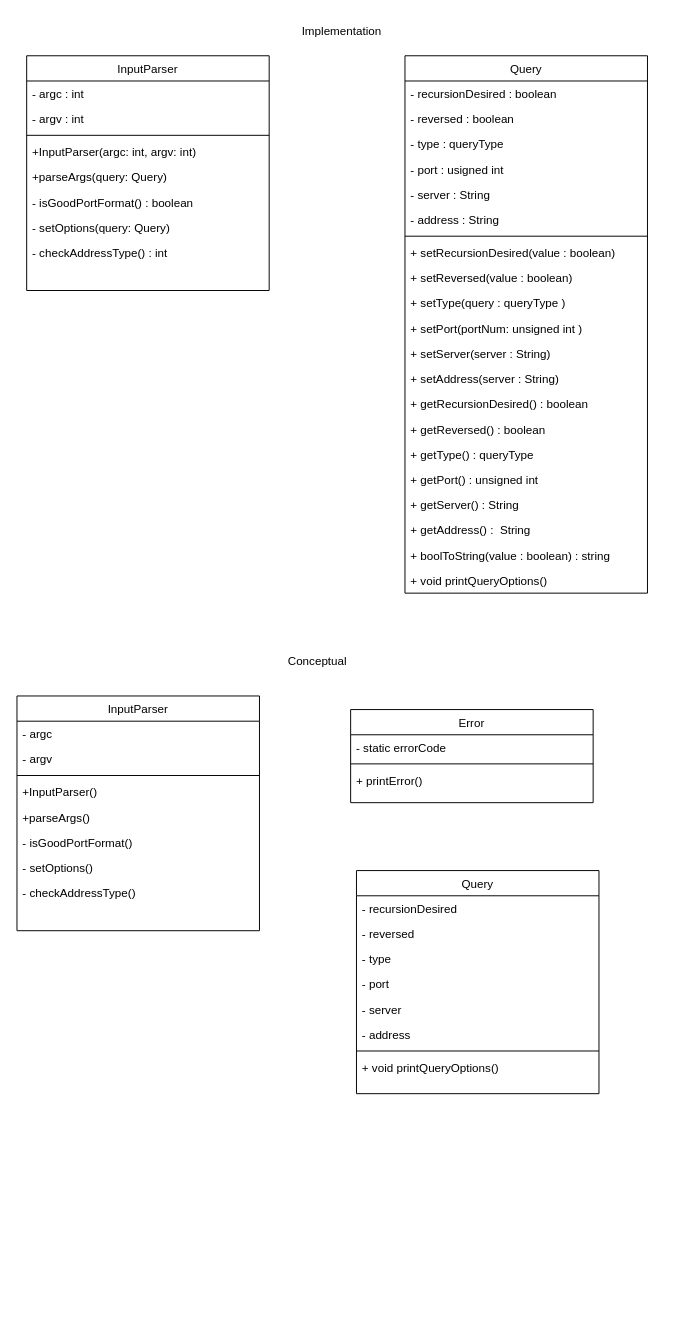
Earlier version of the draw.io diagram doc/DNS_resolver.drawio (andrewp-dot/DNS-resolver). Source tidied: cells renumbered, new cells numbered last; positions are measured from the earlier drawing's top-left corner, leaving out a move shared by most shapes. Both pictures are drawn from the tidied source at 97%, with x=0, y=0 at pixel (16, 16).
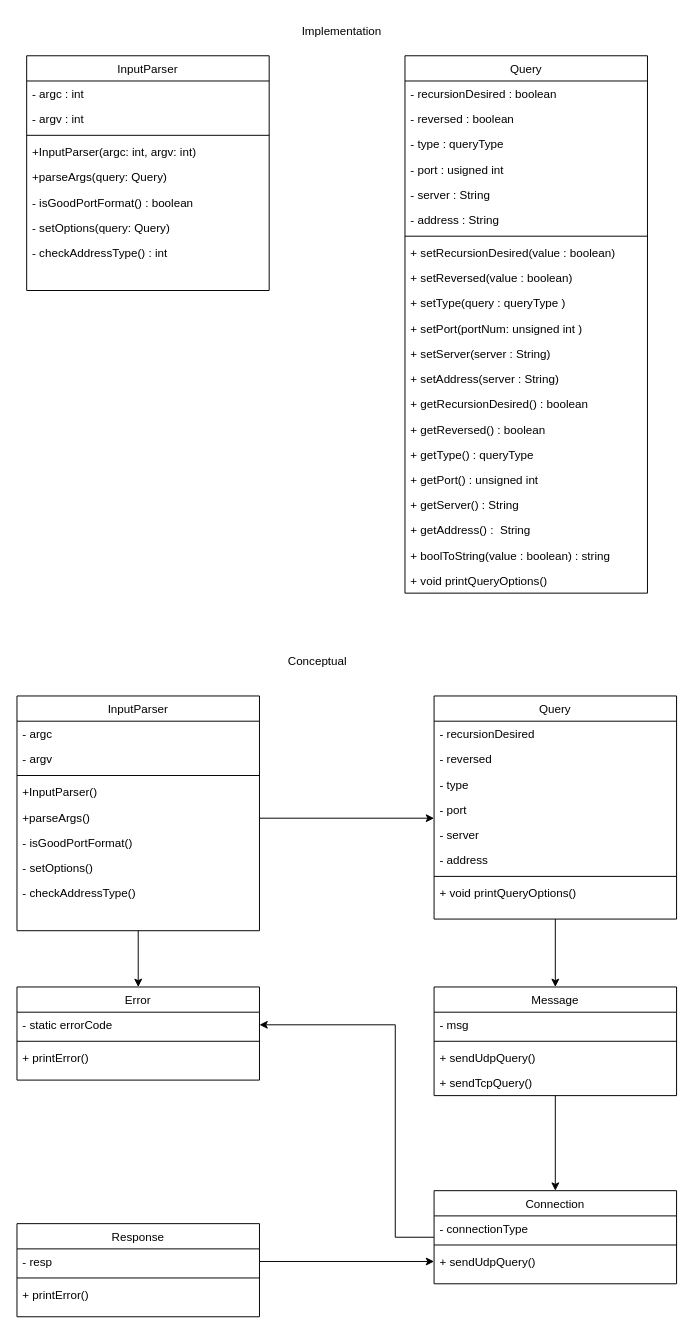
The same diagram, later.

Commit message (it also covers changes not shown here):
restructure message class

The change refers to these unchanged cells:
```xml
<mxCell id="34" value="- static errorCode" style="text;align=left;verticalAlign=top;spacingLeft=4;spacingRight=4;overflow=hidden;points=[[0,0.5],[1,0.5]];portConstraint=eastwest;" parent="33" vertex="1">
  <mxGeometry y="26" width="250" height="26" as="geometry" />
</mxCell>
<mxCell id="48" value="InputParser" style="swimlane;fontStyle=0;align=center;verticalAlign=top;horizontal=1;startSize=26;rounded=0;shadow=0;strokeWidth=1;" parent="1" vertex="1">
  <mxGeometry y="700" width="250" height="242" as="geometry" />
</mxCell>
```

What changed in the source:
```diff
@@
     <mxCell id="33" value="Error" style="swimlane;fontStyle=0;align=center;verticalAlign=top;horizontal=1;startSize=26;rounded=0;shadow=0;strokeWidth=1;" parent="1" vertex="1">
-      <mxGeometry x="344" y="714" width="250" height="96" as="geometry" />
+      <mxGeometry y="1000" width="250" height="96" as="geometry" />
     </mxCell>
@@
+    <mxCell id="57" style="edgeStyle=orthogonalEdgeStyle;rounded=0;jettySize=auto;html=1;exitX=0.5;exitY=1;exitDx=0;exitDy=0;entryX=0.5;entryY=0;entryDx=0;entryDy=0;" parent="1" edge="1" source="37" target="66">
+      <mxGeometry relative="1" as="geometry" />
+    </mxCell>
     <mxCell id="37" value="Query" style="swimlane;fontStyle=0;align=center;verticalAlign=top;horizontal=1;startSize=26;rounded=0;shadow=0;strokeWidth=1;" parent="1" vertex="1">
-      <mxGeometry x="350" y="880" width="250" height="230" as="geometry" />
+      <mxGeometry x="430" y="700" width="250" height="230" as="geometry" />
     </mxCell>
@@
+    <mxCell id="58" style="edgeStyle=orthogonalEdgeStyle;rounded=0;jettySize=auto;html=1;exitX=0.5;exitY=1;exitDx=0;exitDy=0;entryX=0.5;entryY=0;entryDx=0;entryDy=0;" parent="1" edge="1" source="48" target="33">
+      <mxGeometry relative="1" as="geometry" />
+    </mxCell>
@@
+    <mxCell id="59" style="edgeStyle=orthogonalEdgeStyle;rounded=0;jettySize=auto;html=1;entryX=1;entryY=0.5;entryDx=0;entryDy=0;" parent="1" edge="1" source="60" target="34">
+      <mxGeometry relative="1" as="geometry">
+        <Array as="points">
+          <mxPoint x="390" y="1258" />
+          <mxPoint x="390" y="1039" />
+        </Array>
+      </mxGeometry>
+    </mxCell>
+    <mxCell id="60" value="Connection" style="swimlane;fontStyle=0;align=center;verticalAlign=top;horizontal=1;startSize=26;rounded=0;shadow=0;strokeWidth=1;" parent="1" vertex="1">
+      <mxGeometry x="430" y="1210" width="250" height="96" as="geometry" />
+    </mxCell>
+    <mxCell id="61" value="- connectionType" style="text;align=left;verticalAlign=top;spacingLeft=4;spacingRight=4;overflow=hidden;" parent="60" vertex="1">
+      <mxGeometry y="26" width="250" height="26" as="geometry" />
+    </mxCell>
+    <mxCell id="62" style="line;html=1;strokeWidth=1;align=left;verticalAlign=middle;spacingTop=-1;spacingLeft=3;spacingRight=3;labelPosition=right;" parent="60" vertex="1">
+      <mxGeometry y="52" width="250" height="8" as="geometry" />
+    </mxCell>
+    <mxCell id="63" value="+ sendUdpQuery()" style="text;align=left;verticalAlign=top;spacingLeft=4;spacingRight=4;overflow=hidden;points=[[0,0.5],[1,0.5]];portConstraint=eastwest;" parent="60" vertex="1">
+      <mxGeometry y="60" width="250" height="26" as="geometry" />
+    </mxCell>
+    <mxCell id="64" style="edgeStyle=orthogonalEdgeStyle;rounded=0;orthogonalLoop=1;jettySize=auto;html=1;exitX=1;exitY=0.5;exitDx=0;exitDy=0;entryX=0;entryY=0.5;entryDx=0;entryDy=0;" parent="1" edge="1">
+      <mxGeometry relative="1" as="geometry">
+        <mxPoint x="250" y="826" as="sourcePoint" />
+        <mxPoint x="430" y="826" as="targetPoint" />
+      </mxGeometry>
+    </mxCell>
+    <mxCell id="65" style="edgeStyle=orthogonalEdgeStyle;rounded=0;jettySize=auto;html=1;entryX=0.5;entryY=0;entryDx=0;entryDy=0;" parent="1" edge="1" source="66" target="60">
+      <mxGeometry relative="1" as="geometry" />
+    </mxCell>
+    <mxCell id="66" value="Message" style="swimlane;fontStyle=0;align=center;verticalAlign=top;horizontal=1;startSize=26;rounded=0;shadow=0;strokeWidth=1;" parent="1" vertex="1">
+      <mxGeometry x="430" y="1000" width="250" height="112" as="geometry" />
+    </mxCell>
+    <mxCell id="67" value="- msg" style="text;align=left;verticalAlign=top;spacingLeft=4;spacingRight=4;overflow=hidden;" parent="66" vertex="1">
+      <mxGeometry y="26" width="250" height="26" as="geometry" />
+    </mxCell>
+    <mxCell id="68" style="line;html=1;strokeWidth=1;align=left;verticalAlign=middle;spacingTop=-1;spacingLeft=3;spacingRight=3;labelPosition=right;" parent="66" vertex="1">
+      <mxGeometry y="52" width="250" height="8" as="geometry" />
+    </mxCell>
+    <mxCell id="69" value="+ sendUdpQuery()" style="text;align=left;verticalAlign=top;spacingLeft=4;spacingRight=4;overflow=hidden;" parent="66" vertex="1">
+      <mxGeometry y="60" width="250" height="26" as="geometry" />
+    </mxCell>
+    <mxCell id="70" value="+ sendTcpQuery()" style="text;align=left;verticalAlign=top;spacingLeft=4;spacingRight=4;overflow=hidden;" parent="66" vertex="1">
+      <mxGeometry y="86" width="250" height="26" as="geometry" />
+    </mxCell>
+    <mxCell id="71" value="Response" style="swimlane;fontStyle=0;align=center;verticalAlign=top;horizontal=1;startSize=26;rounded=0;shadow=0;strokeWidth=1;" parent="1" vertex="1">
+      <mxGeometry y="1244" width="250" height="96" as="geometry" />
+    </mxCell>
+    <mxCell id="72" value="- resp" style="text;align=left;verticalAlign=top;spacingLeft=4;spacingRight=4;overflow=hidden;points=[[0,0.5],[1,0.5]];portConstraint=eastwest;" parent="71" vertex="1">
+      <mxGeometry y="26" width="250" height="26" as="geometry" />
+    </mxCell>
+    <mxCell id="73" style="line;html=1;strokeWidth=1;align=left;verticalAlign=middle;spacingTop=-1;spacingLeft=3;spacingRight=3;labelPosition=right;" parent="71" vertex="1">
+      <mxGeometry y="52" width="250" height="8" as="geometry" />
+    </mxCell>
+    <mxCell id="74" value="+ printError()" style="text;align=left;verticalAlign=top;spacingLeft=4;spacingRight=4;overflow=hidden;" parent="71" vertex="1">
+      <mxGeometry y="60" width="250" height="26" as="geometry" />
+    </mxCell>
+    <mxCell id="75" style="edgeStyle=orthogonalEdgeStyle;rounded=0;jettySize=auto;html=1;entryX=0;entryY=0.5;entryDx=0;entryDy=0;" parent="1" edge="1" source="72" target="63">
+      <mxGeometry relative="1" as="geometry" />
+    </mxCell>
```
